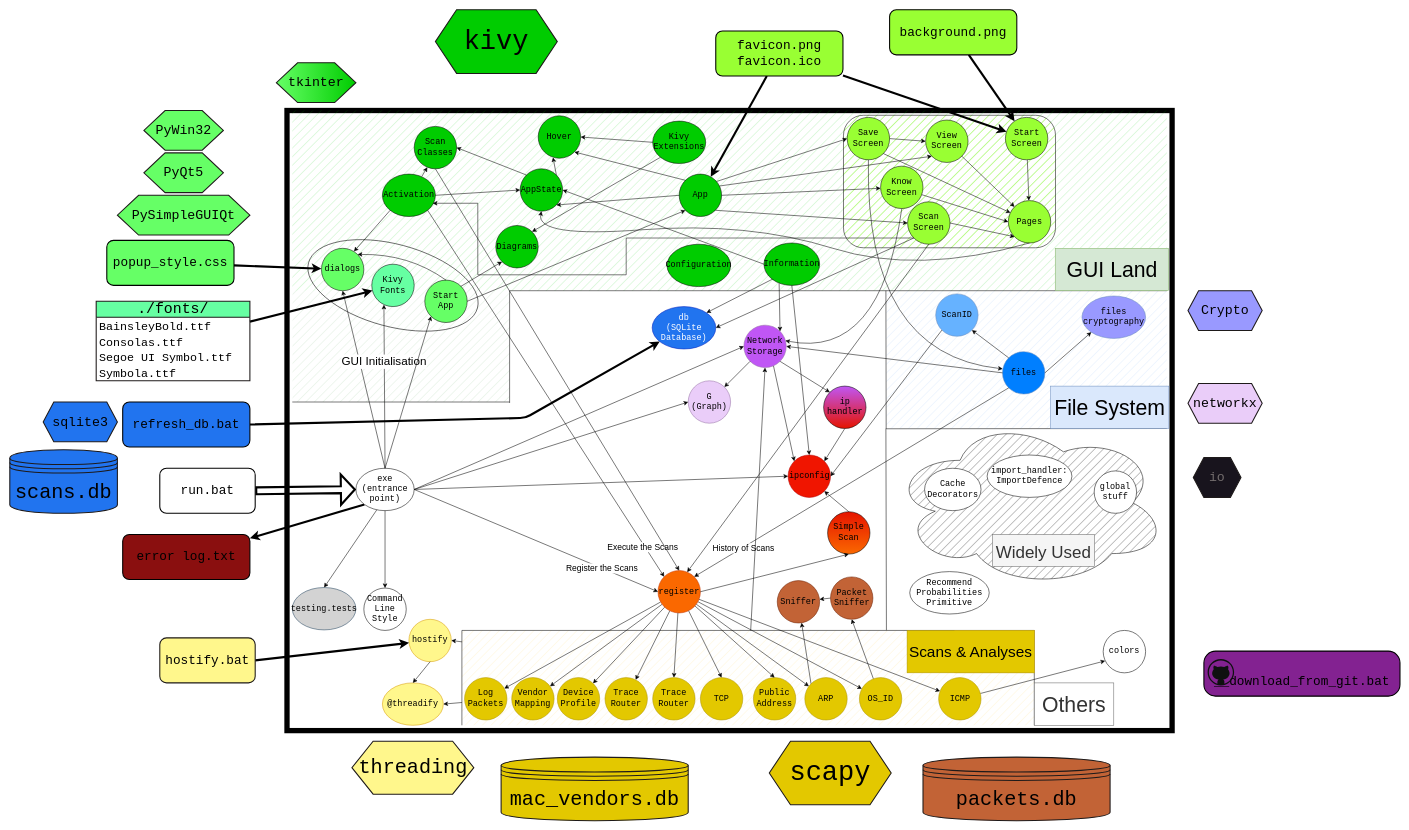
Above: Scanner/drawio-diagrams/modules extended.drawio in ShZil/network-utilities (draw.io), before the change. Source tidied: cells renumbered, new cells numbered last; positions are measured from the earlier drawing's top-left corner, leaving out a move shared by most shapes. Both pictures are drawn from the tidied source at 53%, with x=0, y=0 at pixel (10, 10).
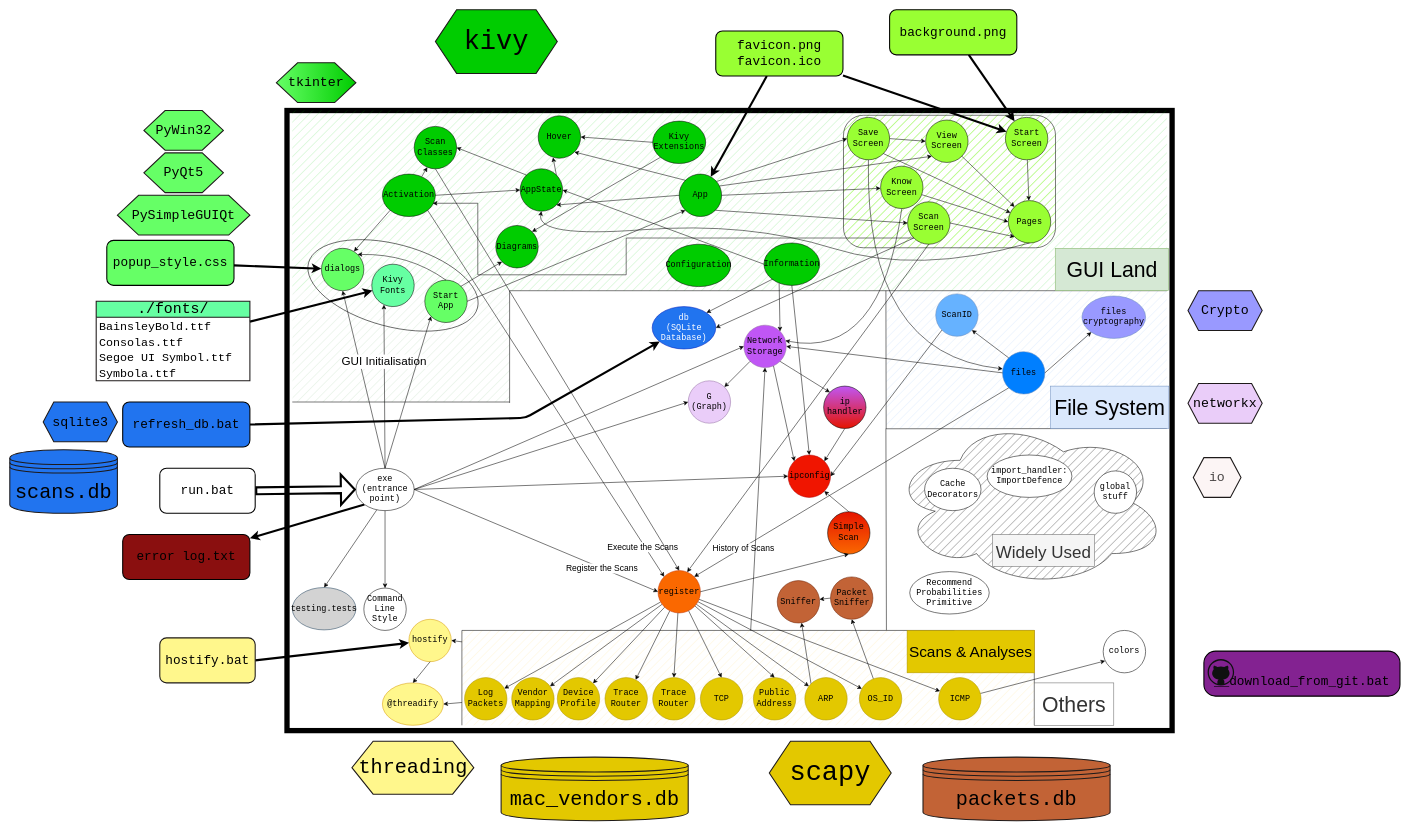
After the change.

Change to the diagram source:
```diff
@@
-    <mxCell id="171" value="io" style="shape=hexagon;perimeter=hexagonPerimeter2;whiteSpace=wrap;html=1;fixedSize=1;strokeColor=#1e1a1a;strokeWidth=2;fontFamily=Consolas;fontSize=25;fillColor=#18141d;size=20;fontColor=#736D6D;" parent="1" vertex="1">
+    <mxCell id="171" value="io" style="shape=hexagon;perimeter=hexagonPerimeter2;whiteSpace=wrap;html=1;fixedSize=1;strokeColor=#1e1a1a;strokeWidth=2;fontFamily=Consolas;fontSize=25;fillColor=#FCF5F5;size=20;fontColor=#4A4646;" parent="1" vertex="1">
       <mxGeometry x="2233" y="845" width="90" height="75" as="geometry" />
     </mxCell>
```
